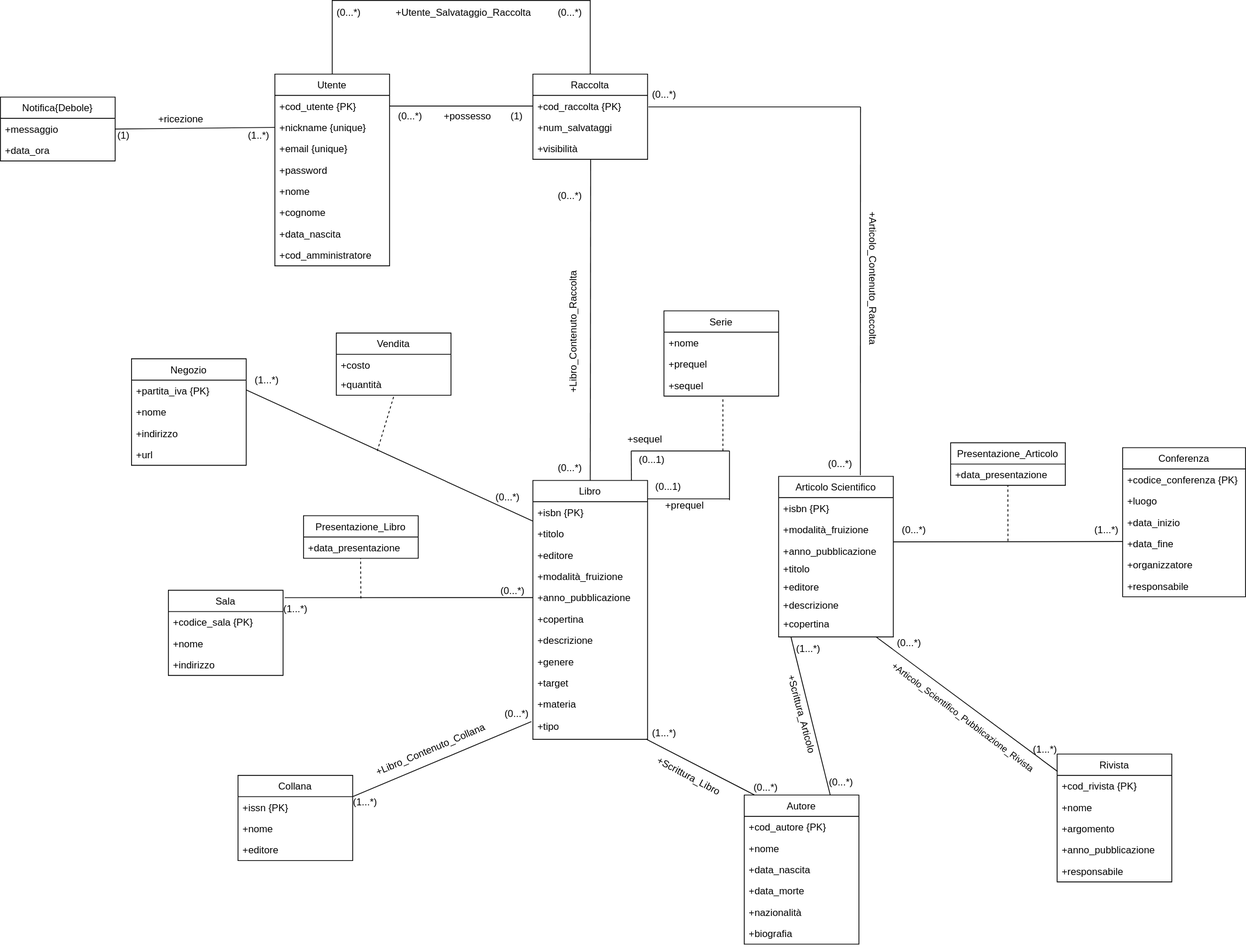
m3tt0/Progetto_OB_BASI keeps this draw.io diagram as progettazione_concettuale/Modello_Concettuale_Ristrutturato.drawio.svg. Above is the earlier version. Source tidied: cells renumbered, new cells last; positions are measured from the earlier drawing's top-left corner, leaving out a move shared by most shapes.
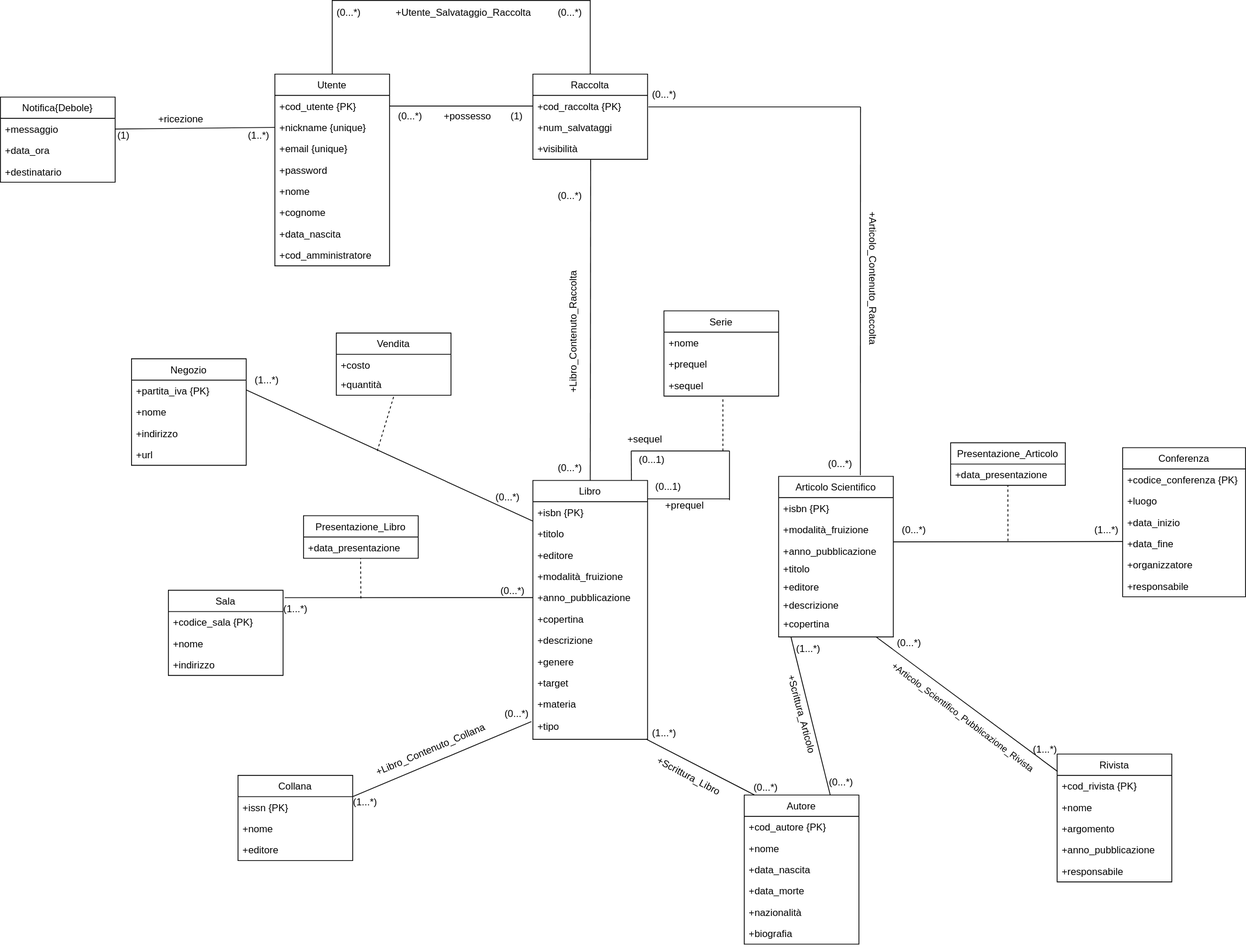
After the commit.

Change to the diagram source:
```diff
@@ -315,7 +315,7 @@
       <mxGeometry relative="1" as="geometry" />
     </mxCell>
     <mxCell id="101" value="Notifica{Debole}" style="swimlane;fontStyle=0;horizontal=1;startSize=26;fillColor=none;" parent="1" vertex="1">
-      <mxGeometry y="118" width="140" height="78" as="geometry" />
+      <mxGeometry y="118" width="140" height="104" as="geometry" />
     </mxCell>
     <mxCell id="102" value="+messaggio" style="text;strokeColor=none;fillColor=none;align=left;verticalAlign=top;spacingLeft=4;spacingRight=4;overflow=hidden;points=[[0,0.5],[1,0.5]];portConstraint=eastwest;" parent="101" vertex="1">
       <mxGeometry y="26" width="140" height="26" as="geometry" />
@@ -323,6 +323,9 @@
     <mxCell id="103" value="+data_ora" style="text;strokeColor=none;fillColor=none;align=left;verticalAlign=top;spacingLeft=4;spacingRight=4;overflow=hidden;" parent="101" vertex="1">
       <mxGeometry y="52" width="140" height="26" as="geometry" />
     </mxCell>
+    <mxCell id="142" value="+destinatario" style="text;strokeColor=none;fillColor=none;align=left;verticalAlign=top;spacingLeft=4;spacingRight=4;overflow=hidden;" parent="101" vertex="1">
+      <mxGeometry y="78" width="140" height="26" as="geometry" />
+    </mxCell>
     <mxCell id="104" value="(1)" style="text;html=1;align=center;verticalAlign=middle;strokeColor=none;fillColor=none;" parent="1" vertex="1">
       <mxGeometry x="130" y="150" width="40" height="30" as="geometry" />
     </mxCell>
```
